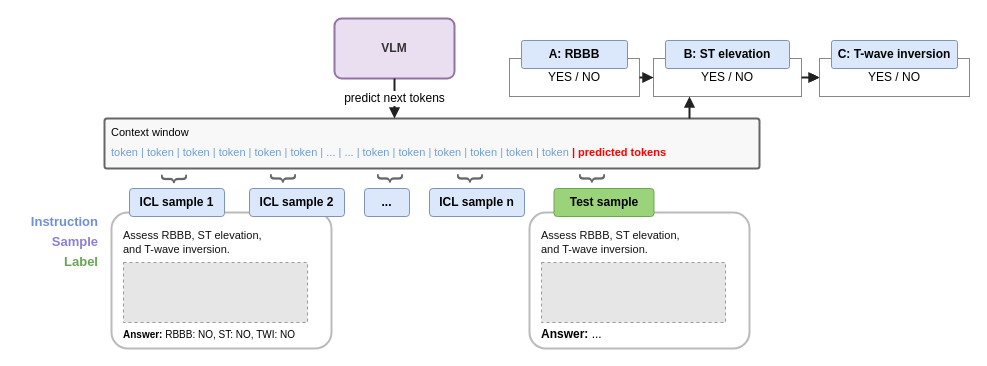
This is docs/assets/diagrams/vlm_context.drawio from nahuelcostac/ecg-few, a draw.io file, before an edit. Source tidied: cells renumbered, new cells numbered last; positions are measured from the earlier drawing's top-left corner, leaving out a move shared by most shapes. Both pictures are drawn from the tidied source at 100%, with x=0, y=0 at pixel (17, 18). Pictures stored in the file or linked from it are replaced by grey dashed boxes.
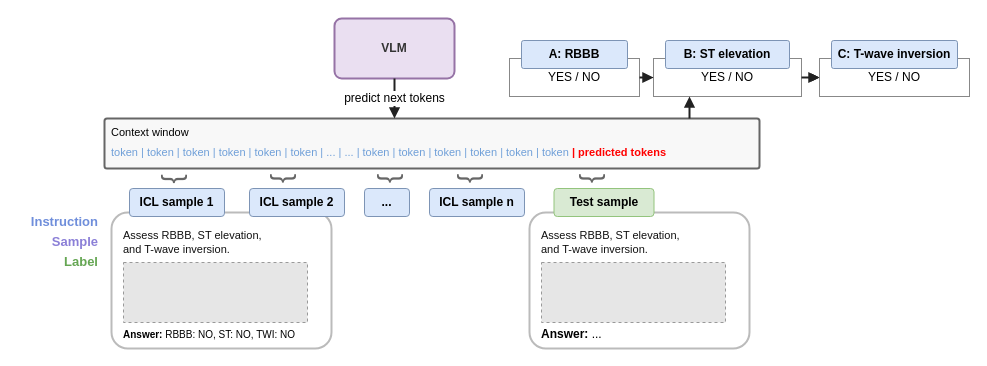
The same page after the edit.

The edit, as a diff of the source:
```diff
@@
-    <mxCell id="36" value="Test sample" style="rounded=1;whiteSpace=wrap;html=1;arcSize=12;fillColor=#9bd37a;strokeColor=#6aa84f;strokeWidth=1;fontStyle=1;fontSize=12;fontColor=#000000;align=center;verticalAlign=middle;spacing=0;" parent="1" vertex="1">
+    <mxCell id="36" value="Test sample" style="rounded=1;whiteSpace=wrap;html=1;arcSize=12;fillColor=#d9ead3;strokeColor=#93c47d;strokeWidth=1;fontStyle=1;fontSize=12;fontColor=#000000;align=center;verticalAlign=middle;spacing=0;" parent="1" vertex="1">
       <mxGeometry x="536.5" y="170" width="100" height="28" as="geometry" />
     </mxCell>
```
